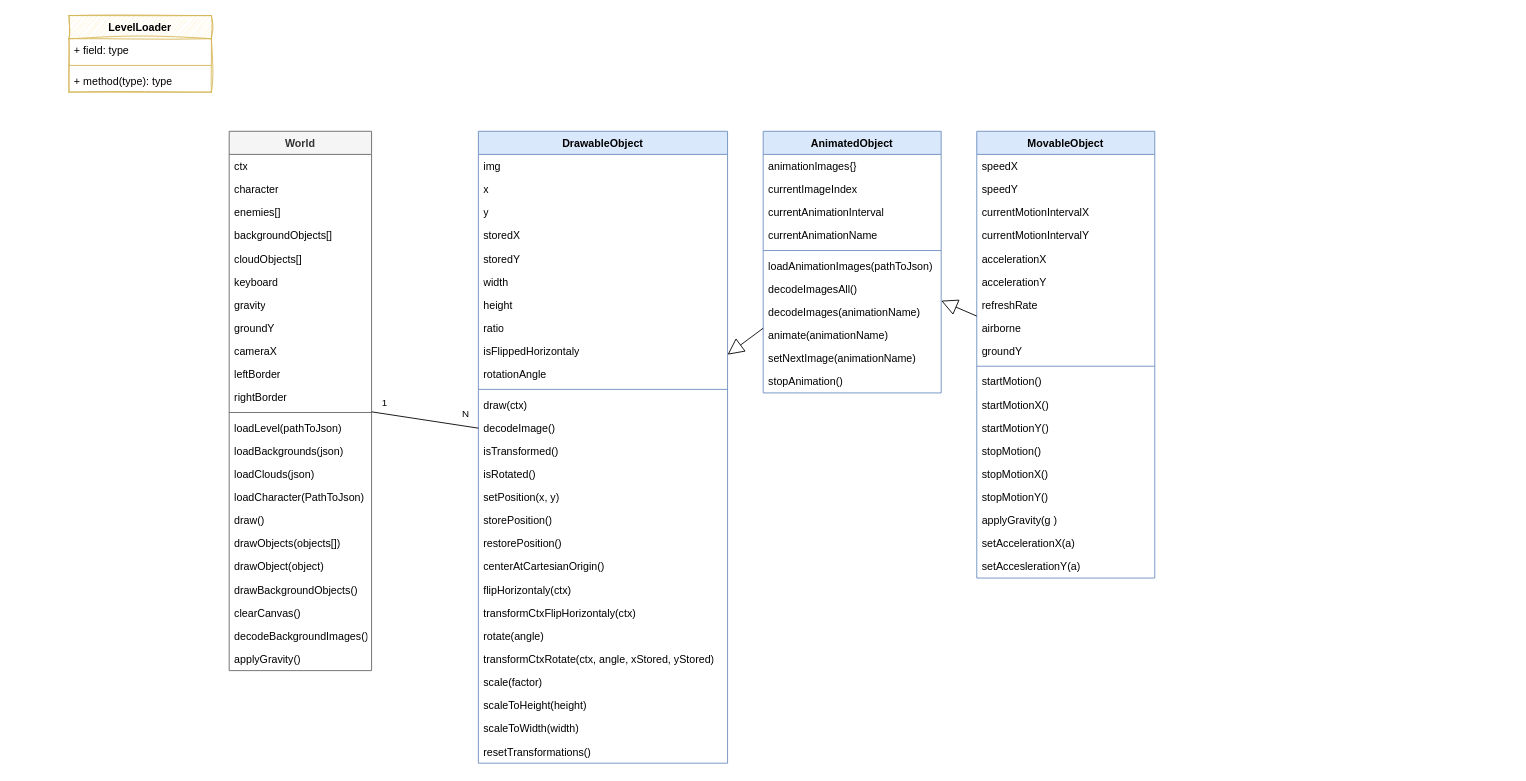
Above: uml/classDiagram.drawio in ReinhardWansch/ElPolloLoco (draw.io), before the change. Source tidied: cells renumbered, new cells numbered last; positions are measured from the earlier drawing's top-left corner, leaving out a move shared by most shapes. Both pictures are drawn from the tidied source at 89%, with x=0, y=0 at pixel (69, 15).
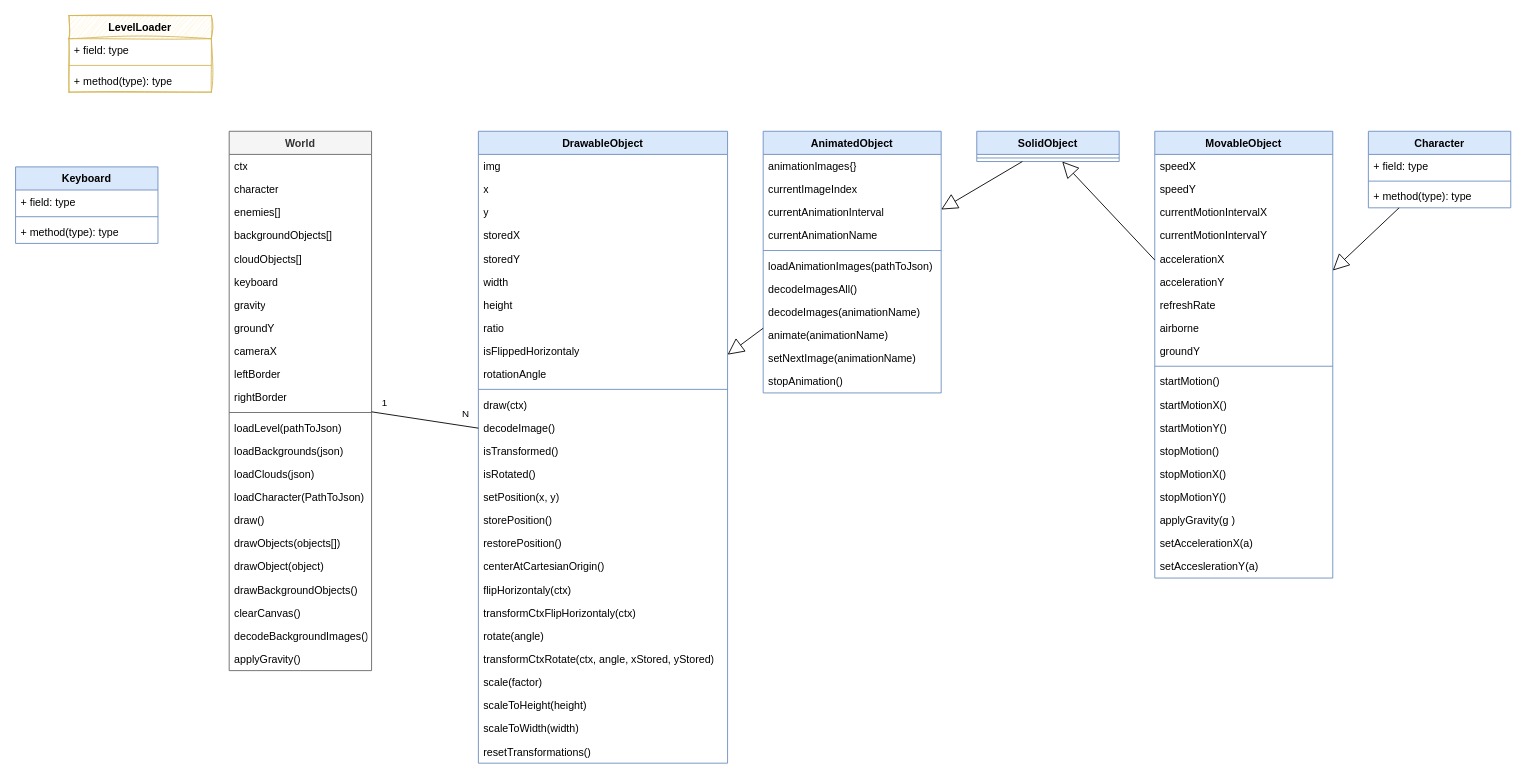
After the change.

The change refers to these unchanged cells:
```xml
<mxCell id="30" value="AnimatedObject" style="swimlane;fontStyle=1;align=center;verticalAlign=top;horizontal=1;startSize=26;whiteSpace=wrap;html=1;fillColor=#dae8fc;strokeColor=#6c8ebf;" parent="1" vertex="1">
  <mxGeometry x="780" y="130" width="200" height="294" as="geometry" />
</mxCell>
```

Diff of the diagram source:
```diff
@@
     <mxCell id="43" value="MovableObject" style="swimlane;fontStyle=1;align=center;verticalAlign=top;horizontal=1;startSize=26;whiteSpace=wrap;html=1;fillColor=#dae8fc;strokeColor=#6c8ebf;" parent="1" vertex="1">
-      <mxGeometry x="1020" y="130" width="200" height="502" as="geometry" />
+      <mxGeometry x="1220" y="130" width="200" height="502" as="geometry" />
     </mxCell>
@@
-    <mxCell id="63" style="endArrow=block;endSize=16;endFill=0;html=1;rounded=0;" parent="1" edge="1" source="43" target="30">
+    <mxCell id="63" style="endArrow=block;endSize=16;endFill=0;html=1;rounded=0;" parent="1" edge="1" source="43" target="104">
       <mxGeometry relative="1" as="geometry" />
     </mxCell>
@@
+    <mxCell id="95" value="Character" style="swimlane;fontStyle=1;align=center;verticalAlign=top;horizontal=1;startSize=26;whiteSpace=wrap;html=1;fillColor=#dae8fc;strokeColor=#6c8ebf;" parent="1" vertex="1">
+      <mxGeometry x="1460" y="130" width="160" height="86" as="geometry" />
+    </mxCell>
+    <mxCell id="96" value="+ field: type" style="text;strokeColor=none;fillColor=none;align=left;verticalAlign=top;spacingLeft=4;spacingRight=4;overflow=hidden;whiteSpace=wrap;html=1;" parent="95" vertex="1">
+      <mxGeometry y="26" width="160" height="26" as="geometry" />
+    </mxCell>
+    <mxCell id="97" style="line;strokeWidth=1;fillColor=none;align=left;verticalAlign=middle;spacingTop=-1;spacingLeft=3;spacingRight=3;labelPosition=right;strokeColor=inherit;" parent="95" vertex="1">
+      <mxGeometry y="52" width="160" height="8" as="geometry" />
+    </mxCell>
+    <mxCell id="98" value="+ method(type): type" style="text;strokeColor=none;fillColor=none;align=left;verticalAlign=top;spacingLeft=4;spacingRight=4;overflow=hidden;whiteSpace=wrap;html=1;" parent="95" vertex="1">
+      <mxGeometry y="60" width="160" height="26" as="geometry" />
+    </mxCell>
+    <mxCell id="99" value="Keyboard" style="swimlane;fontStyle=1;align=center;verticalAlign=top;horizontal=1;startSize=26;whiteSpace=wrap;html=1;fillColor=#dae8fc;strokeColor=#6c8ebf;" parent="1" vertex="1">
+      <mxGeometry x="-60" y="170" width="160" height="86" as="geometry" />
+    </mxCell>
+    <mxCell id="100" value="+ field: type" style="text;strokeColor=none;fillColor=none;align=left;verticalAlign=top;spacingLeft=4;spacingRight=4;overflow=hidden;whiteSpace=wrap;html=1;" parent="99" vertex="1">
+      <mxGeometry y="26" width="160" height="26" as="geometry" />
+    </mxCell>
+    <mxCell id="101" style="line;strokeWidth=1;fillColor=none;align=left;verticalAlign=middle;spacingTop=-1;spacingLeft=3;spacingRight=3;labelPosition=right;strokeColor=inherit;" parent="99" vertex="1">
+      <mxGeometry y="52" width="160" height="8" as="geometry" />
+    </mxCell>
+    <mxCell id="102" value="+ method(type): type" style="text;strokeColor=none;fillColor=none;align=left;verticalAlign=top;spacingLeft=4;spacingRight=4;overflow=hidden;whiteSpace=wrap;html=1;" parent="99" vertex="1">
+      <mxGeometry y="60" width="160" height="26" as="geometry" />
+    </mxCell>
+    <mxCell id="103" style="endArrow=block;endSize=16;endFill=0;html=1;rounded=0;" parent="1" edge="1" source="95" target="43">
+      <mxGeometry relative="1" as="geometry" />
+    </mxCell>
+    <mxCell id="104" value="SolidObject" style="swimlane;fontStyle=1;align=center;verticalAlign=top;horizontal=1;startSize=26;whiteSpace=wrap;html=1;fillColor=#dae8fc;strokeColor=#6c8ebf;" parent="1" vertex="1">
+      <mxGeometry x="1020" y="130" width="160" height="34" as="geometry" />
+    </mxCell>
+    <mxCell id="105" style="line;strokeWidth=1;fillColor=none;align=left;verticalAlign=middle;spacingTop=-1;spacingLeft=3;spacingRight=3;labelPosition=right;strokeColor=inherit;" parent="104" vertex="1">
+      <mxGeometry y="26" width="160" height="8" as="geometry" />
+    </mxCell>
+    <mxCell id="106" style="endArrow=block;endSize=16;endFill=0;html=1;rounded=0;" parent="1" edge="1" source="104" target="30">
+      <mxGeometry relative="1" as="geometry" />
+    </mxCell>
```
